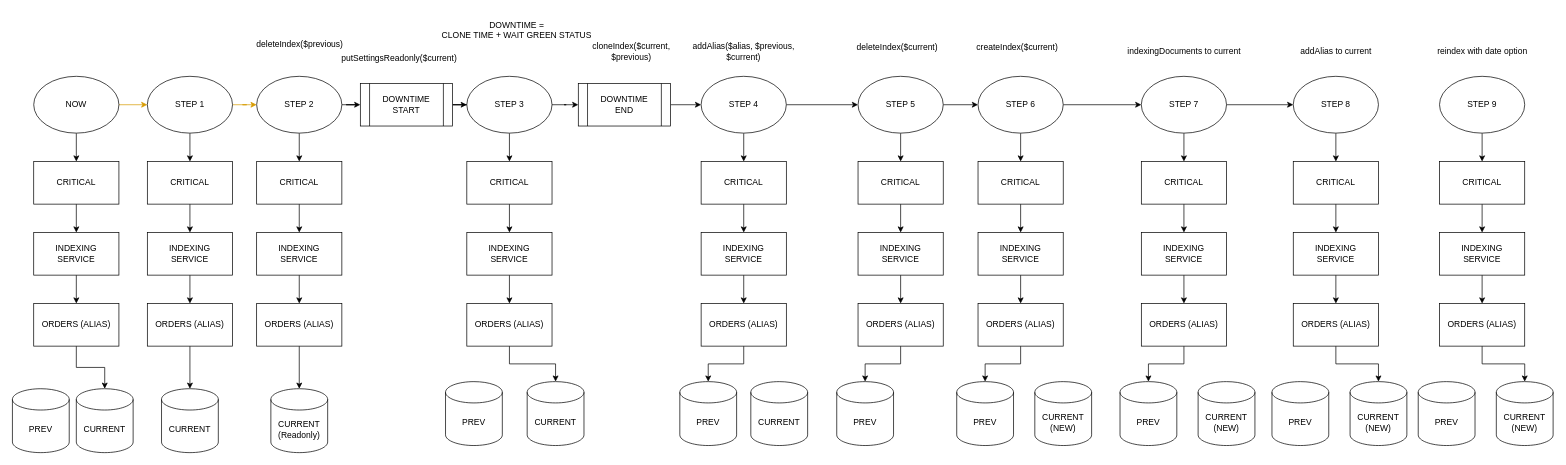
PaxExterminatus/diagrams keeps this draw.io diagram as es-reindex.drawio. Above is the earlier version. Source tidied: cells renumbered, new cells numbered last; positions are measured from the earlier drawing's top-left corner, leaving out a move shared by most shapes. Both pictures are drawn from the tidied source at 71%, with x=0, y=0 at pixel (12, 19).
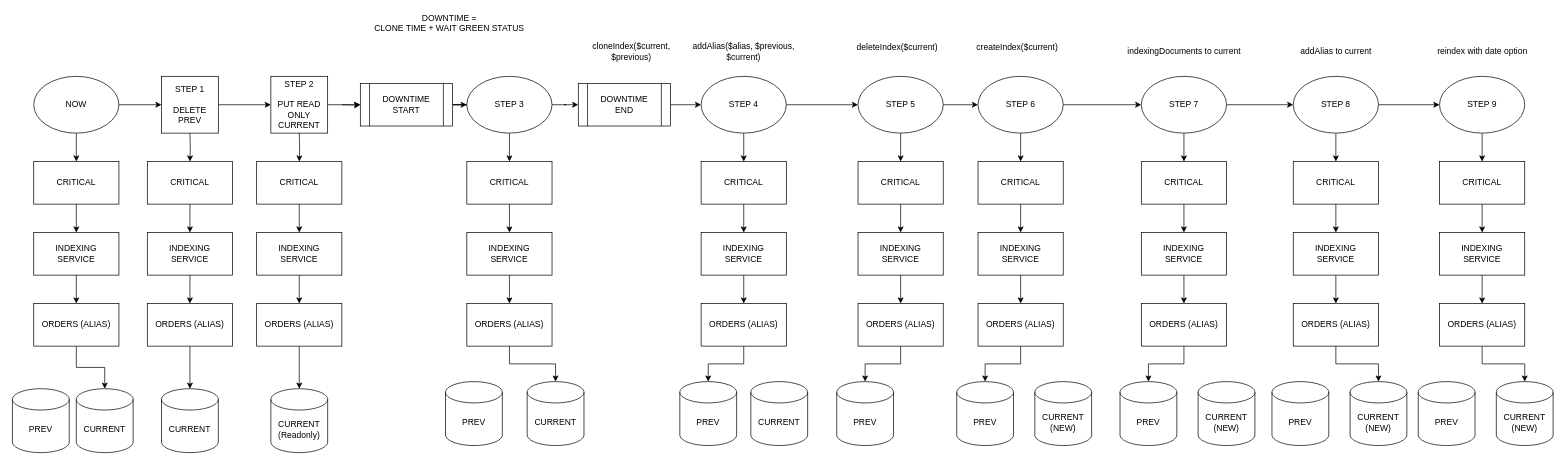
Above is the later version.

The change refers to these unchanged cells:
```xml
<mxCell id="4" value="NOW" style="ellipse;whiteSpace=wrap;html=1;" parent="1" vertex="1">
  <mxGeometry x="30" y="80" width="120" height="80" as="geometry" />
</mxCell>
<mxCell id="17" value="CRITICAL" style="rounded=0;whiteSpace=wrap;html=1;" parent="1" vertex="1">
  <mxGeometry x="190" y="200" width="120" height="60" as="geometry" />
</mxCell>
<mxCell id="27" value="CRITICAL" style="rounded=0;whiteSpace=wrap;html=1;" parent="1" vertex="1">
  <mxGeometry x="344" y="200" width="120" height="60" as="geometry" />
</mxCell>
<mxCell id="60" value="&lt;div&gt;DOWNTIME&lt;/div&gt;&lt;div&gt;START&lt;/div&gt;" style="shape=process;whiteSpace=wrap;html=1;backgroundOutline=1;" parent="1" vertex="1">
  <mxGeometry x="490" y="90" width="130" height="60" as="geometry" />
</mxCell>
<mxCell id="100" value="&lt;div&gt;STEP 8&lt;/div&gt;" style="ellipse;whiteSpace=wrap;html=1;" parent="1" vertex="1">
  <mxGeometry x="1804" y="80" width="120" height="80" as="geometry" />
</mxCell>
<mxCell id="111" value="&lt;div&gt;STEP 9&lt;br&gt;&lt;/div&gt;" style="ellipse;whiteSpace=wrap;html=1;" parent="1" vertex="1">
  <mxGeometry x="2010" y="80" width="120" height="80" as="geometry" />
</mxCell>
```

The edit, as a diff of the source:
```diff
@@
-    <mxCell id="3" style="edgeStyle=orthogonalEdgeStyle;rounded=0;jettySize=auto;html=1;fillColor=#ffe6cc;strokeColor=#d79b00;" parent="1" edge="1" source="4" target="15">
-      <mxGeometry relative="1" as="geometry" />
-    </mxCell>
+    <mxCell id="121" style="edgeStyle=orthogonalEdgeStyle;rounded=0;jettySize=auto;html=1;" parent="1" edge="1" source="4" target="124">
+      <mxGeometry relative="1" as="geometry" />
+    </mxCell>
@@
-    <mxCell id="13" style="edgeStyle=orthogonalEdgeStyle;rounded=0;jettySize=auto;html=1;" parent="1" edge="1" source="15" target="17">
-      <mxGeometry relative="1" as="geometry" />
+    <mxCell id="13" style="edgeStyle=orthogonalEdgeStyle;rounded=0;jettySize=auto;html=1;" parent="1" edge="1" target="17">
+      <mxGeometry relative="1" as="geometry">
+        <mxPoint x="250" y="160" as="sourcePoint" />
+      </mxGeometry>
     </mxCell>
-    <mxCell id="14" style="edgeStyle=orthogonalEdgeStyle;rounded=0;jettySize=auto;html=1;fillColor=#ffe6cc;strokeColor=#d79b00;" parent="1" edge="1" source="15" target="25">
-      <mxGeometry relative="1" as="geometry" />
-    </mxCell>
-    <mxCell id="15" value="STEP 1" style="ellipse;whiteSpace=wrap;html=1;" parent="1" vertex="1">
-      <mxGeometry x="190" y="80" width="120" height="80" as="geometry" />
-    </mxCell>
@@
-    <mxCell id="23" style="edgeStyle=orthogonalEdgeStyle;rounded=0;jettySize=auto;html=1;" parent="1" edge="1" source="25" target="27">
-      <mxGeometry relative="1" as="geometry" />
+    <mxCell id="23" style="edgeStyle=orthogonalEdgeStyle;rounded=0;jettySize=auto;html=1;" parent="1" edge="1" target="27">
+      <mxGeometry relative="1" as="geometry">
+        <mxPoint x="404" y="160" as="sourcePoint" />
+      </mxGeometry>
     </mxCell>
-    <mxCell id="24" style="edgeStyle=orthogonalEdgeStyle;rounded=0;jettySize=auto;html=1;" parent="1" edge="1" source="25" target="60">
-      <mxGeometry relative="1" as="geometry" />
+    <mxCell id="24" style="edgeStyle=orthogonalEdgeStyle;rounded=0;jettySize=auto;html=1;" parent="1" edge="1" target="60">
+      <mxGeometry relative="1" as="geometry">
+        <mxPoint x="464" y="120" as="sourcePoint" />
+      </mxGeometry>
     </mxCell>
-    <mxCell id="25" value="&lt;div&gt;STEP 2&lt;/div&gt;" style="ellipse;whiteSpace=wrap;html=1;" parent="1" vertex="1">
-      <mxGeometry x="344" y="80" width="120" height="80" as="geometry" />
-    </mxCell>
@@
-    <mxCell id="33" value="deleteIndex($previous)" style="text;html=1;strokeColor=none;fillColor=none;align=center;verticalAlign=middle;whiteSpace=wrap;rounded=0;" parent="1" vertex="1">
-      <mxGeometry x="330" y="10" width="150" height="50" as="geometry" />
-    </mxCell>
@@
-    <mxCell id="45" value="putSettingsReadonly($current)" style="text;html=1;strokeColor=none;fillColor=none;align=center;verticalAlign=middle;whiteSpace=wrap;rounded=0;" parent="1" vertex="1">
-      <mxGeometry x="470" y="30" width="150" height="50" as="geometry" />
-    </mxCell>
@@
     <mxCell id="61" value="&lt;div&gt;DOWNTIME =&lt;br&gt;&lt;/div&gt;&lt;div&gt;CLONE TIME + WAIT GREEN STATUS&lt;br&gt;&lt;/div&gt;" style="text;html=1;align=center;verticalAlign=middle;" parent="1" vertex="1">
-      <mxGeometry x="600" width="220" height="30" as="geometry" />
+      <mxGeometry x="505" y="-10" width="220" height="30" as="geometry" />
     </mxCell>
@@
+    <mxCell id="122" style="edgeStyle=orthogonalEdgeStyle;rounded=0;jettySize=auto;html=1;" parent="1" edge="1" source="100" target="111">
+      <mxGeometry relative="1" as="geometry" />
+    </mxCell>
@@
+    <mxCell id="123" style="edgeStyle=orthogonalEdgeStyle;rounded=0;jettySize=auto;html=1;entryX=0;entryY=0.5;entryDx=0;entryDy=0;" parent="1" edge="1" source="124" target="126">
+      <mxGeometry relative="1" as="geometry" />
+    </mxCell>
+    <mxCell id="124" value="&lt;div&gt;STEP 1&lt;/div&gt;&lt;div&gt;&lt;br&gt;&lt;/div&gt;&lt;div&gt;DELETE PREV&lt;br&gt;&lt;/div&gt;" style="whiteSpace=wrap;html=1;" parent="1" vertex="1">
+      <mxGeometry x="210" y="80" width="80" height="80" as="geometry" />
+    </mxCell>
+    <mxCell id="125" style="edgeStyle=orthogonalEdgeStyle;rounded=0;jettySize=auto;html=1;" parent="1" edge="1" source="126" target="60">
+      <mxGeometry relative="1" as="geometry" />
+    </mxCell>
+    <mxCell id="126" value="&lt;div&gt;STEP 2&lt;br&gt;&lt;/div&gt;&lt;div&gt;&lt;br&gt;&lt;/div&gt;&lt;div&gt;PUT READ ONLY&lt;/div&gt;&lt;div&gt;CURRENT&lt;br&gt;&lt;/div&gt;" style="whiteSpace=wrap;html=1;" parent="1" vertex="1">
+      <mxGeometry x="364" y="80" width="80" height="80" as="geometry" />
+    </mxCell>
```
